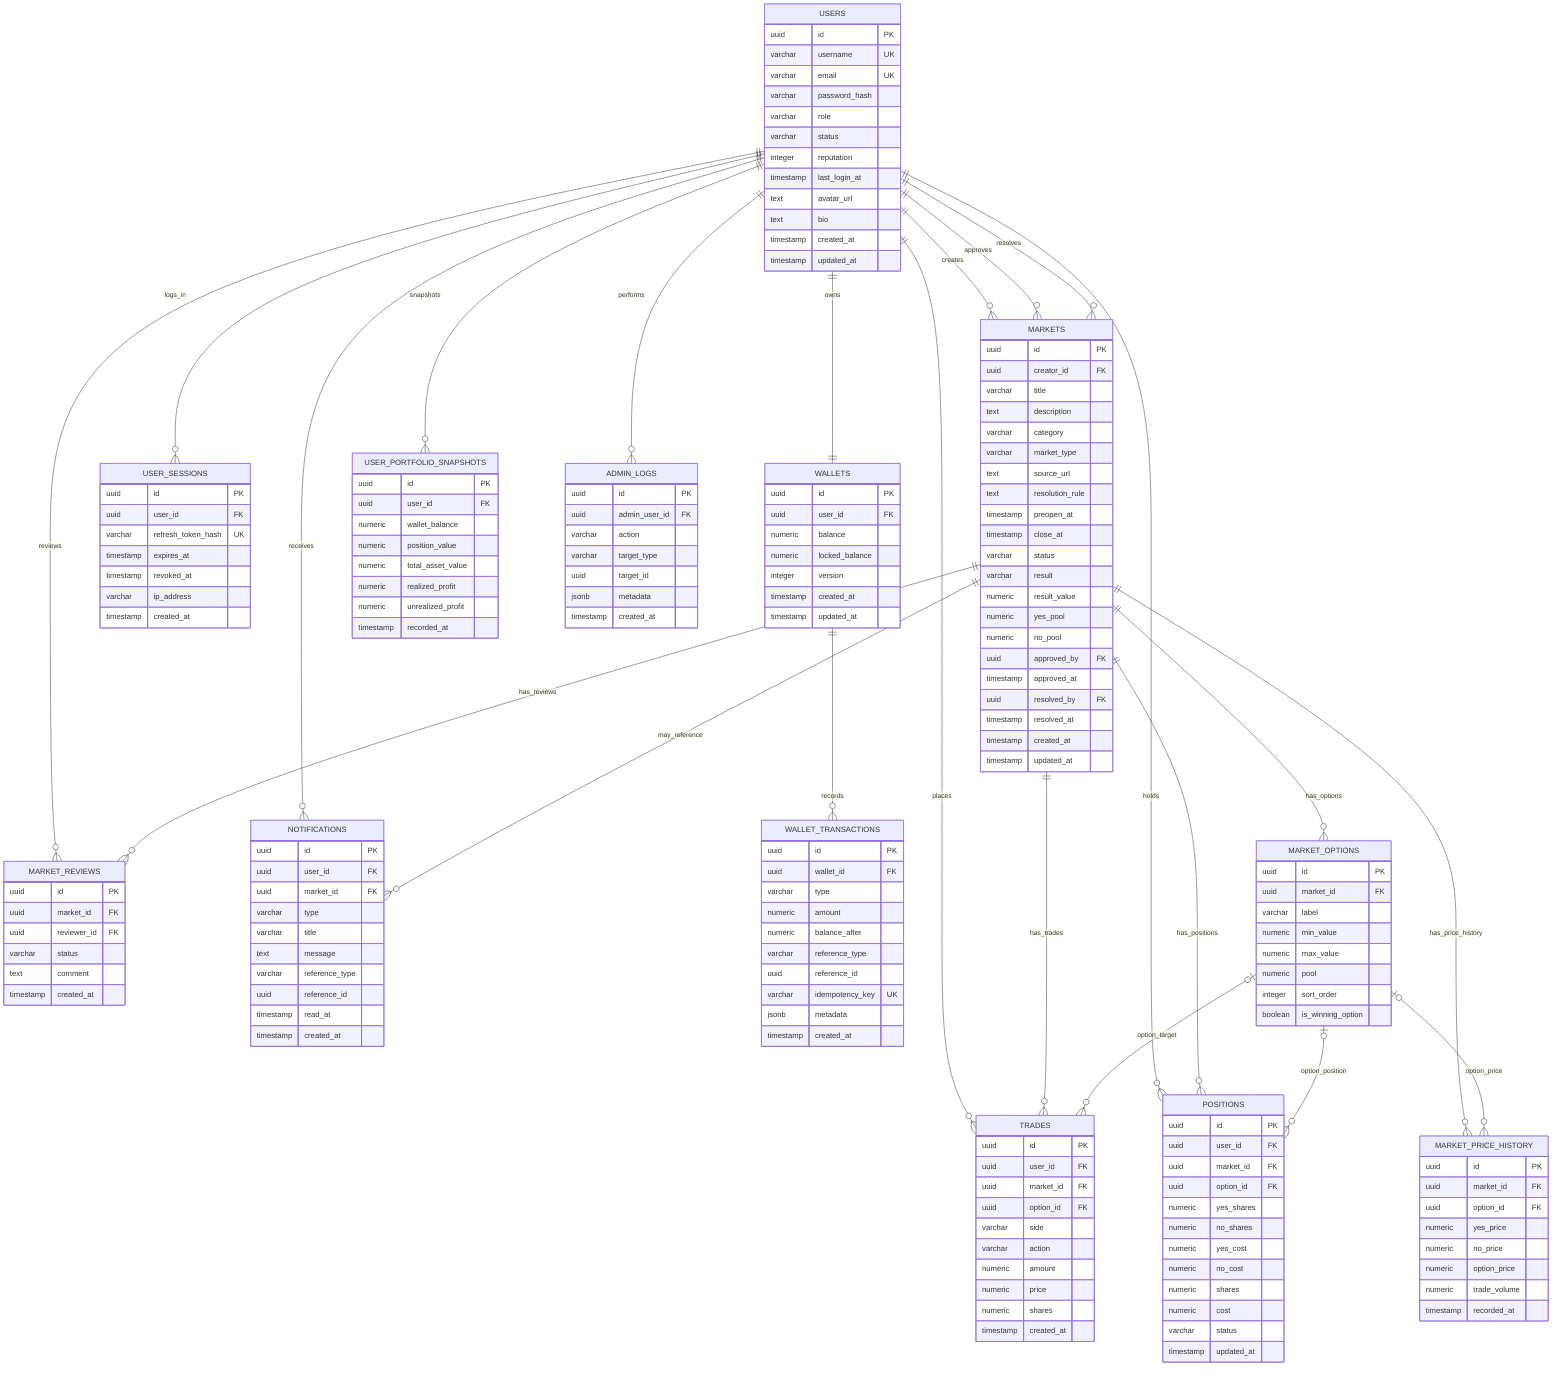
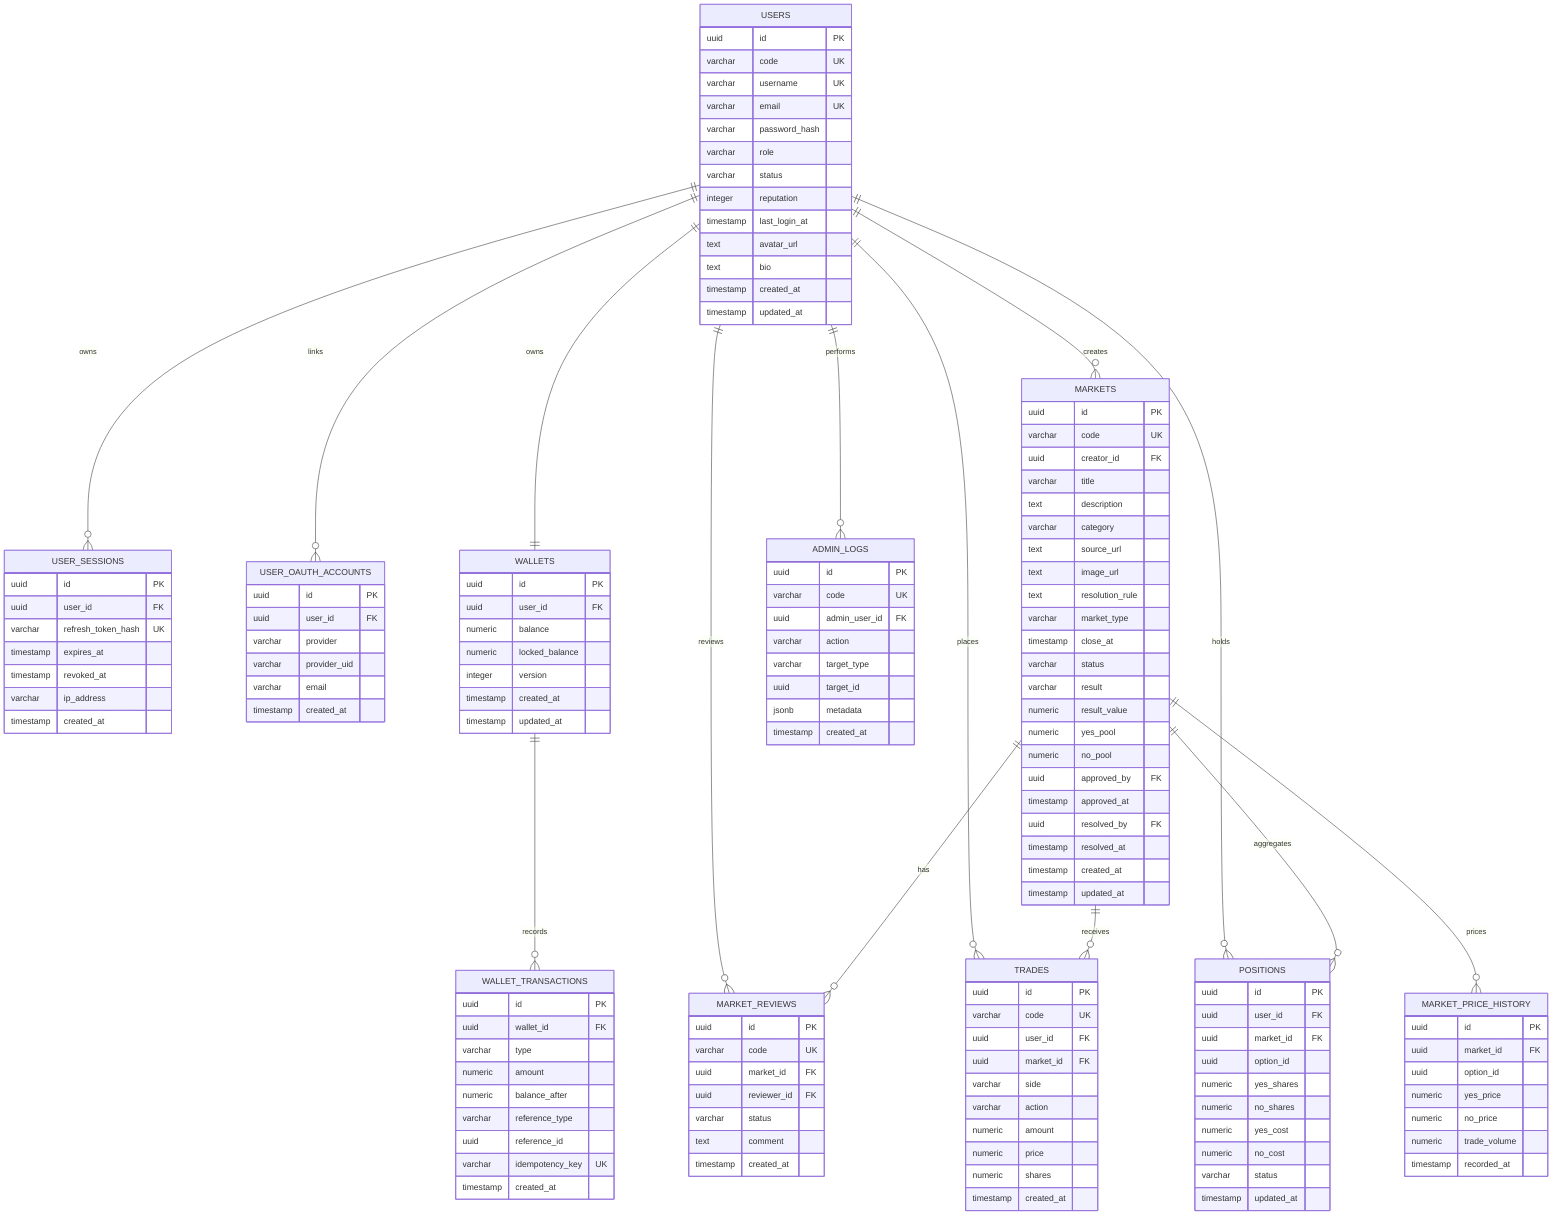
erDiagram
+     USERS ||--o{ USER_SESSIONS : owns
+     USERS ||--o{ USER_OAUTH_ACCOUNTS : links
    USERS ||--|| WALLETS : owns
-     USERS ||--o{ USER_SESSIONS : logs_in
    USERS ||--o{ MARKETS : creates
-     USERS ||--o{ MARKETS : approves
-     USERS ||--o{ MARKETS : resolves
    USERS ||--o{ MARKET_REVIEWS : reviews
    USERS ||--o{ TRADES : places
    USERS ||--o{ POSITIONS : holds
-     USERS ||--o{ USER_PORTFOLIO_SNAPSHOTS : snapshots
-     USERS ||--o{ NOTIFICATIONS : receives
    USERS ||--o{ ADMIN_LOGS : performs
    WALLETS ||--o{ WALLET_TRANSACTIONS : records
-     MARKETS ||--o{ MARKET_REVIEWS : has_reviews
-     MARKETS ||--o{ MARKET_OPTIONS : has_options
-     MARKETS ||--o{ TRADES : has_trades
-     MARKETS ||--o{ POSITIONS : has_positions
-     MARKETS ||--o{ MARKET_PRICE_HISTORY : has_price_history
-     MARKETS ||--o{ NOTIFICATIONS : may_reference
-     MARKET_OPTIONS |o--o{ TRADES : option_target
-     MARKET_OPTIONS |o--o{ POSITIONS : option_position
-     MARKET_OPTIONS |o--o{ MARKET_PRICE_HISTORY : option_price
+     MARKETS ||--o{ MARKET_REVIEWS : has
+     MARKETS ||--o{ TRADES : receives
+     MARKETS ||--o{ POSITIONS : aggregates
+     MARKETS ||--o{ MARKET_PRICE_HISTORY : prices

    USERS {
        uuid id PK
+         varchar code UK
        varchar username UK
        varchar email UK
        varchar password_hash
        varchar role
        varchar status
        integer reputation
        timestamp last_login_at
        text avatar_url
        text bio
        timestamp created_at
        timestamp updated_at
    }
    USER_SESSIONS {
        uuid id PK
        uuid user_id FK
        varchar refresh_token_hash UK
        timestamp expires_at
        timestamp revoked_at
        varchar ip_address
        timestamp created_at
    }
+     USER_OAUTH_ACCOUNTS {
+         uuid id PK
+         uuid user_id FK
+         varchar provider
+         varchar provider_uid
+         varchar email
+         timestamp created_at
+     }
    WALLETS {
        uuid id PK
        uuid user_id FK
        numeric balance
        numeric locked_balance
        integer version
        timestamp created_at
        timestamp updated_at
    }
-     WALLET_TRANSACTIONS {
-         uuid id PK
-         uuid wallet_id FK
-         varchar type
-         numeric amount
-         numeric balance_after
-         varchar reference_type
-         uuid reference_id
-         varchar idempotency_key UK
-         jsonb metadata
-         timestamp created_at
-     }
    MARKETS {
        uuid id PK
+         varchar code UK
        uuid creator_id FK
        varchar title
        text description
        varchar category
+         text source_url
+         text image_url
+         text resolution_rule
        varchar market_type
-         text source_url
-         text resolution_rule
-         timestamp preopen_at
        timestamp close_at
        varchar status
        varchar result
        numeric result_value
        numeric yes_pool
        numeric no_pool
        uuid approved_by FK
        timestamp approved_at
        uuid resolved_by FK
        timestamp resolved_at
        timestamp created_at
        timestamp updated_at
    }
    MARKET_REVIEWS {
        uuid id PK
+         varchar code UK
        uuid market_id FK
        uuid reviewer_id FK
        varchar status
        text comment
        timestamp created_at
    }
-     MARKET_OPTIONS {
-         uuid id PK
-         uuid market_id FK
-         varchar label
-         numeric min_value
-         numeric max_value
-         numeric pool
-         integer sort_order
-         boolean is_winning_option
-     }
    TRADES {
        uuid id PK
+         varchar code UK
        uuid user_id FK
        uuid market_id FK
-         uuid option_id FK
        varchar side
        varchar action
        numeric amount
        numeric price
        numeric shares
        timestamp created_at
    }
    POSITIONS {
        uuid id PK
        uuid user_id FK
        uuid market_id FK
-         uuid option_id FK
+         uuid option_id
        numeric yes_shares
        numeric no_shares
        numeric yes_cost
        numeric no_cost
-         numeric shares
-         numeric cost
        varchar status
        timestamp updated_at
    }
    MARKET_PRICE_HISTORY {
        uuid id PK
        uuid market_id FK
-         uuid option_id FK
+         uuid option_id
        numeric yes_price
        numeric no_price
-         numeric option_price
        numeric trade_volume
        timestamp recorded_at
    }
-     USER_PORTFOLIO_SNAPSHOTS {
+     WALLET_TRANSACTIONS {
        uuid id PK
-         uuid user_id FK
-         numeric wallet_balance
-         numeric position_value
-         numeric total_asset_value
-         numeric realized_profit
-         numeric unrealized_profit
-         timestamp recorded_at
-     }
-     NOTIFICATIONS {
-         uuid id PK
-         uuid user_id FK
-         uuid market_id FK
+         uuid wallet_id FK
        varchar type
-         varchar title
-         text message
+         numeric amount
+         numeric balance_after
        varchar reference_type
        uuid reference_id
-         timestamp read_at
+         varchar idempotency_key UK
        timestamp created_at
    }
    ADMIN_LOGS {
        uuid id PK
+         varchar code UK
        uuid admin_user_id FK
        varchar action
        varchar target_type
        uuid target_id
        jsonb metadata
        timestamp created_at
    }
